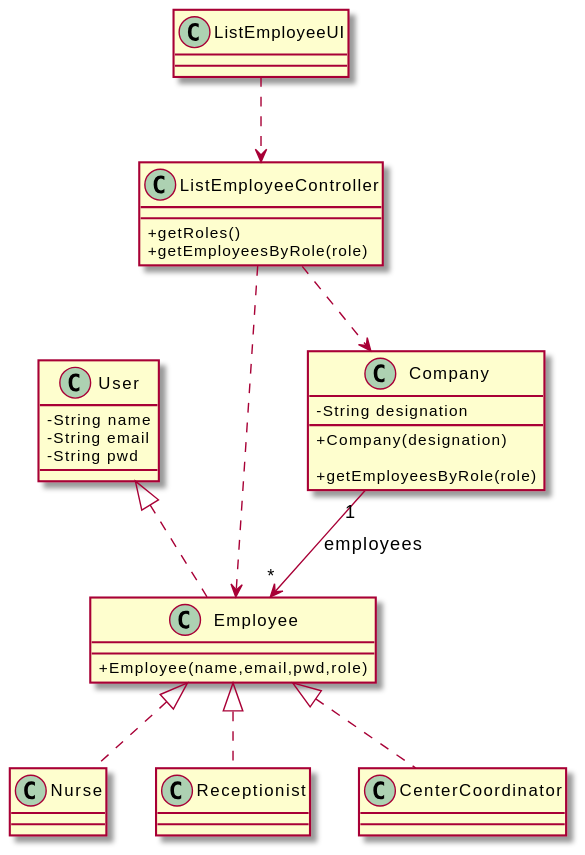
The PlantUML diagram docs/SprintB/US11/CD/US11_CD.svg in miseEnPlace-i/lapr2, before a commit.
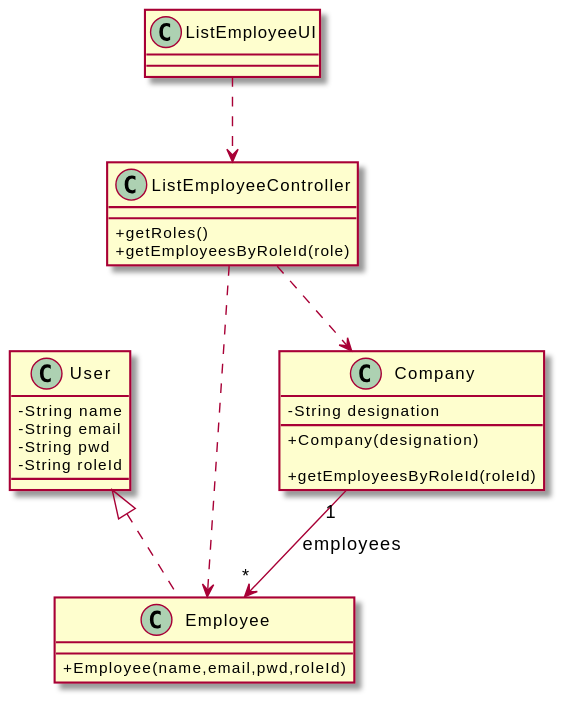
Later version of the same file.

Commit message:
docs(US11): removed superclass & used enum to employee roles

The edit, as a diff of the source:
```diff
@@ -5,31 +5,26 @@
   - String name
   - String email
   - String pwd
+  - String roleId
 }
 
 class Employee {
-  +Employee(name,email,pwd,role)
+  +Employee(name,email,pwd,roleId)
 }
 
 class Company {
   -String designation
   +Company(designation)
 
-  +getEmployeesByRole(role)
+  +getEmployeesByRoleId(roleId)
 }
 
 class ListEmployeeController {
   +getRoles()
-  +getEmployeesByRole(role)
+  +getEmployeesByRoleId(role)
 }
 
 class ListEmployeeUI {}
-
-class Nurse {}
-
-class Receptionist {}
-
-class CenterCoordinator {}
 
 ListEmployeeUI ..> ListEmployeeController
 ListEmployeeController ..> Employee
@@ -38,8 +33,4 @@
 
 User <|.. Employee
 
-Employee <|.. Nurse
-Employee <|.. Receptionist
-Employee <|.. CenterCoordinator
-
 @enduml
```
